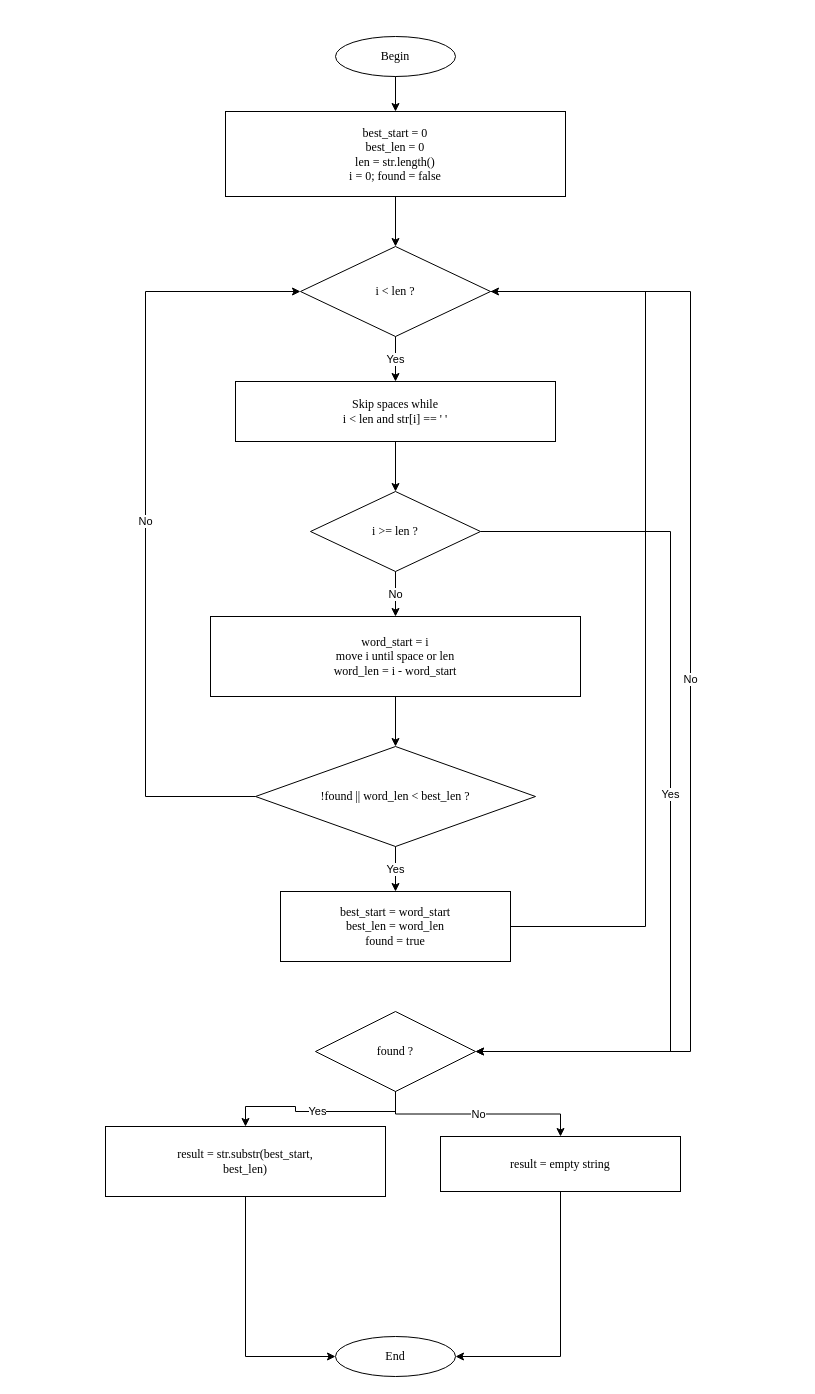
st93642/TSI keeps this draw.io diagram as page "shortestWord string" (2 of 3) of LAB2_1/LAB2_1.drawio. Above is the earlier version. Source tidied: cells renumbered, new cells numbered last; positions are measured from the earlier drawing's top-left corner, leaving out a move shared by most shapes. Both pictures are drawn from the tidied source at 100%, with x=0, y=0 at pixel (105, 36).
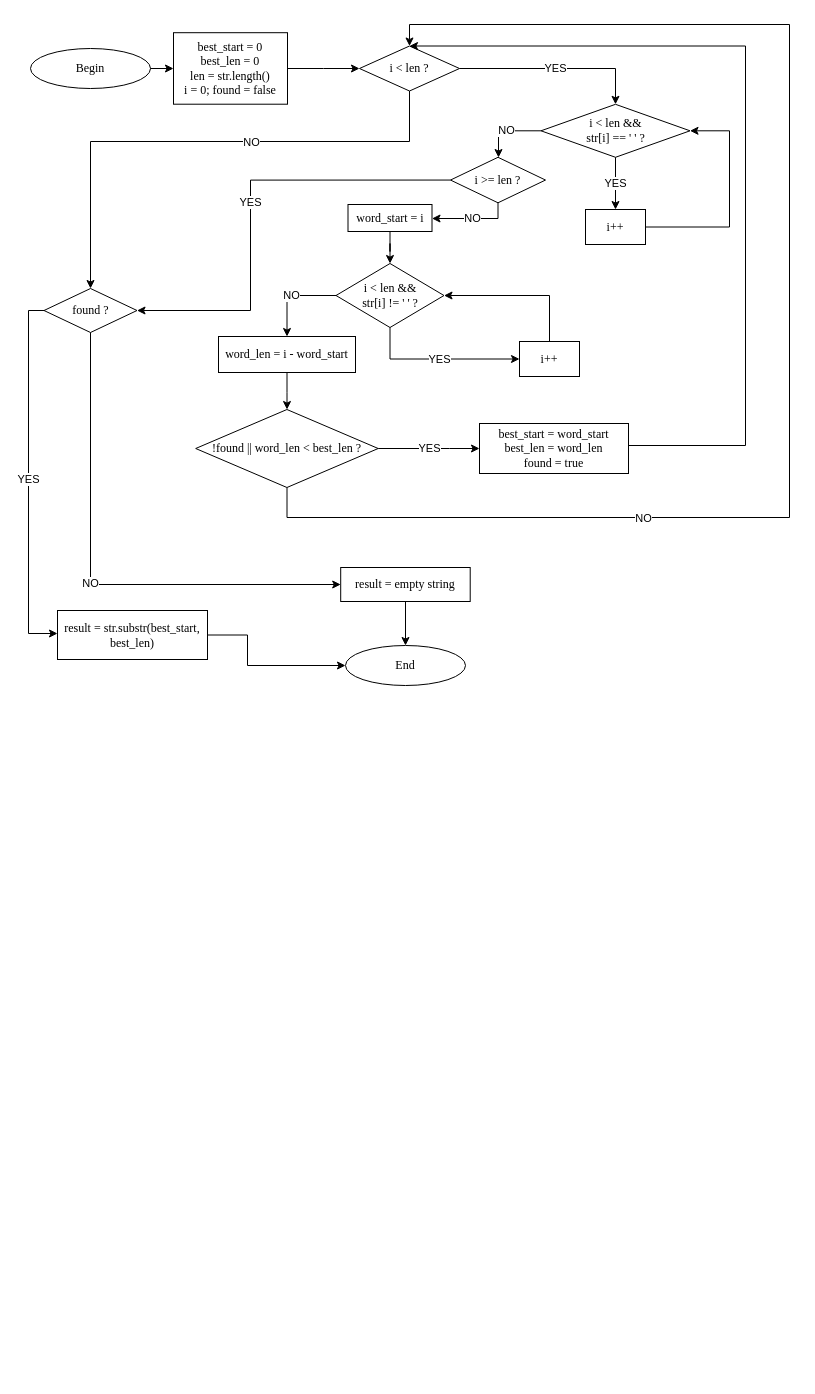
The same page after the edit.

The edit, as a diff of the source:
```diff
@@
     <mxCell id="2" value="Begin" style="ellipse;whiteSpace=wrap;html=1;fontFamily=Times New Roman;fontSize=12;" parent="1" vertex="1">
-      <mxGeometry x="230" width="120" height="40" as="geometry" />
+      <mxGeometry x="-75" y="12" width="120" height="40" as="geometry" />
     </mxCell>
     <mxCell id="3" value="best_start = 0&lt;br&gt;best_len = 0&lt;br&gt;len = str.length()&lt;br&gt;i = 0; found = false" style="rounded=0;whiteSpace=wrap;html=1;fontFamily=Times New Roman;fontSize=12;" parent="1" vertex="1">
-      <mxGeometry x="120" y="75" width="340" height="85" as="geometry" />
+      <mxGeometry x="68" y="-3.8" width="114" height="71.5" as="geometry" />
     </mxCell>
+    <mxCell id="23" style="edgeStyle=orthogonalEdgeStyle;rounded=0;jettySize=auto;html=1;entryX=0.5;entryY=0;entryDx=0;entryDy=0;" parent="1" edge="1" source="4" target="10">
+      <mxGeometry relative="1" as="geometry">
+        <Array as="points">
+          <mxPoint x="304" y="105" />
+          <mxPoint x="-15" y="105" />
+        </Array>
+      </mxGeometry>
+    </mxCell>
+    <mxCell id="29" value="NO" style="edgeLabel;html=1;align=center;verticalAlign=middle;" parent="23" vertex="1">
+      <mxGeometry x="-0.19" relative="1" as="geometry" />
+    </mxCell>
     <mxCell id="4" value="i &lt; len ?" style="rhombus;whiteSpace=wrap;html=1;fontFamily=Times New Roman;fontSize=12;" parent="1" vertex="1">
-      <mxGeometry x="195" y="210" width="190" height="90" as="geometry" />
+      <mxGeometry x="254" y="9.5" width="100" height="45" as="geometry" />
     </mxCell>
-    <mxCell id="5" value="Skip spaces while&lt;br&gt;i &lt; len and str[i] == ' '" style="rounded=0;whiteSpace=wrap;html=1;fontFamily=Times New Roman;fontSize=12;" parent="1" vertex="1">
-      <mxGeometry x="130" y="345" width="320" height="60" as="geometry" />
+    <mxCell id="5" value="i &lt; len &amp;&amp;&lt;br&gt;str[i] == ' ' ?" style="rhombus;whiteSpace=wrap;html=1;fontFamily=Times New Roman;fontSize=12;" parent="1" vertex="1">
+      <mxGeometry x="435.5" y="67.8" width="149" height="53" as="geometry" />
     </mxCell>
+    <mxCell id="30" style="edgeStyle=orthogonalEdgeStyle;rounded=0;jettySize=auto;html=1;entryX=1;entryY=0.5;entryDx=0;entryDy=0;exitX=1;exitY=0.5;exitDx=0;exitDy=0;" parent="1" edge="1" source="31" target="5">
+      <mxGeometry relative="1" as="geometry">
+        <Array as="points">
+          <mxPoint x="624" y="190" />
+          <mxPoint x="624" y="94" />
+        </Array>
+      </mxGeometry>
+    </mxCell>
+    <mxCell id="31" value="i++" style="rounded=0;whiteSpace=wrap;html=1;fontFamily=Times New Roman;fontSize=12;" parent="1" vertex="1">
+      <mxGeometry x="480" y="173" width="60" height="35" as="geometry" />
+    </mxCell>
+    <mxCell id="32" value="YES" style="edgeStyle=orthogonalEdgeStyle;rounded=0;jettySize=auto;html=1;" parent="1" edge="1" source="5" target="31">
+      <mxGeometry relative="1" as="geometry" />
+    </mxCell>
     <mxCell id="6" value="i &gt;= len ?" style="rhombus;whiteSpace=wrap;html=1;fontFamily=Times New Roman;fontSize=12;" parent="1" vertex="1">
-      <mxGeometry x="205" y="455" width="170" height="80" as="geometry" />
+      <mxGeometry x="345" y="120.8" width="95" height="45.5" as="geometry" />
     </mxCell>
+    <mxCell id="33" value="word_start = i" style="rounded=0;whiteSpace=wrap;html=1;fontFamily=Times New Roman;fontSize=12;" parent="1" vertex="1">
+      <mxGeometry x="242.5" y="168" width="84" height="27" as="geometry" />
+    </mxCell>
-    <mxCell id="7" value="word_start = i&lt;br&gt;move i until space or len&lt;br&gt;word_len = i - word_start" style="rounded=0;whiteSpace=wrap;html=1;fontFamily=Times New Roman;fontSize=12;" parent="1" vertex="1">
-      <mxGeometry x="105" y="580" width="370" height="80" as="geometry" />
+    <mxCell id="7" value="i &lt; len &amp;&amp;&lt;br&gt;str[i] != ' ' ?" style="rhombus;whiteSpace=wrap;html=1;fontFamily=Times New Roman;fontSize=12;" parent="1" vertex="1">
+      <mxGeometry x="230.5" y="227" width="108" height="64" as="geometry" />
     </mxCell>
+    <mxCell id="34" style="edgeStyle=orthogonalEdgeStyle;rounded=0;jettySize=auto;html=1;entryX=1;entryY=0.5;entryDx=0;entryDy=0;" parent="1" edge="1" source="35" target="7">
+      <mxGeometry relative="1" as="geometry">
+        <Array as="points">
+          <mxPoint x="444" y="259" />
+        </Array>
+      </mxGeometry>
+    </mxCell>
+    <mxCell id="35" value="i++" style="rounded=0;whiteSpace=wrap;html=1;fontFamily=Times New Roman;fontSize=12;" parent="1" vertex="1">
+      <mxGeometry x="414" y="305" width="60" height="35" as="geometry" />
+    </mxCell>
+    <mxCell id="36" value="word_len = i - word_start" style="rounded=0;whiteSpace=wrap;html=1;fontFamily=Times New Roman;fontSize=12;" parent="1" vertex="1">
+      <mxGeometry x="113" y="300" width="137" height="36" as="geometry" />
+    </mxCell>
+    <mxCell id="37" style="edgeStyle=orthogonalEdgeStyle;rounded=0;jettySize=auto;html=1;" parent="1" edge="1" source="33" target="7">
+      <mxGeometry relative="1" as="geometry" />
+    </mxCell>
+    <mxCell id="38" value="YES" style="edgeStyle=orthogonalEdgeStyle;rounded=0;jettySize=auto;html=1;exitX=0.5;exitY=1;exitDx=0;exitDy=0;entryX=0;entryY=0.5;entryDx=0;entryDy=0;" parent="1" edge="1" source="7" target="35">
+      <mxGeometry relative="1" as="geometry" />
+    </mxCell>
+    <mxCell id="39" value="NO" style="edgeStyle=orthogonalEdgeStyle;rounded=0;jettySize=auto;html=1;exitX=0;exitY=0.5;exitDx=0;exitDy=0;" parent="1" edge="1" source="7" target="36">
+      <mxGeometry relative="1" as="geometry" />
+    </mxCell>
+    <mxCell id="22" style="edgeStyle=orthogonalEdgeStyle;rounded=0;jettySize=auto;html=1;entryX=0.5;entryY=0;entryDx=0;entryDy=0;" parent="1" edge="1" source="8" target="4">
+      <mxGeometry relative="1" as="geometry">
+        <Array as="points">
+          <mxPoint x="182" y="481" />
+          <mxPoint x="684" y="481" />
+          <mxPoint x="684" y="-12" />
+          <mxPoint x="304" y="-12" />
+        </Array>
+      </mxGeometry>
+    </mxCell>
+    <mxCell id="40" value="NO" style="edgeLabel;html=1;align=center;verticalAlign=middle;" parent="22" vertex="1">
+      <mxGeometry x="-0.46" relative="1" as="geometry">
+        <mxPoint x="1" as="offset" />
+      </mxGeometry>
+    </mxCell>
     <mxCell id="8" value="!found || word_len &lt; best_len ?" style="rhombus;whiteSpace=wrap;html=1;fontFamily=Times New Roman;fontSize=12;" parent="1" vertex="1">
-      <mxGeometry x="150" y="710" width="280" height="100" as="geometry" />
+      <mxGeometry x="90.2" y="373" width="182.5" height="78" as="geometry" />
     </mxCell>
     <mxCell id="9" value="best_start = word_start&lt;br&gt;best_len = word_len&lt;br&gt;found = true" style="rounded=0;whiteSpace=wrap;html=1;fontFamily=Times New Roman;fontSize=12;" parent="1" vertex="1">
-      <mxGeometry x="175" y="855" width="230" height="70" as="geometry" />
+      <mxGeometry x="374" y="387" width="149" height="50" as="geometry" />
     </mxCell>
     <mxCell id="10" value="found ?" style="rhombus;whiteSpace=wrap;html=1;fontFamily=Times New Roman;fontSize=12;" parent="1" vertex="1">
-      <mxGeometry x="210" y="975" width="160" height="80" as="geometry" />
+      <mxGeometry x="-61.5" y="252" width="93" height="44" as="geometry" />
     </mxCell>
     <mxCell id="11" value="result = str.substr(best_start,&lt;br&gt;best_len)" style="rounded=0;whiteSpace=wrap;html=1;fontFamily=Times New Roman;fontSize=12;" parent="1" vertex="1">
-      <mxGeometry y="1090" width="280" height="70" as="geometry" />
+      <mxGeometry x="-48" y="574" width="150" height="49" as="geometry" />
     </mxCell>
     <mxCell id="12" value="result = empty string" style="rounded=0;whiteSpace=wrap;html=1;fontFamily=Times New Roman;fontSize=12;" parent="1" vertex="1">
-      <mxGeometry x="335" y="1100" width="240" height="55" as="geometry" />
+      <mxGeometry x="235.2" y="531" width="129.5" height="34" as="geometry" />
     </mxCell>
     <mxCell id="13" value="End" style="ellipse;whiteSpace=wrap;html=1;fontFamily=Times New Roman;fontSize=12;" parent="1" vertex="1">
-      <mxGeometry x="230" y="1300" width="120" height="40" as="geometry" />
+      <mxGeometry x="240" y="609" width="120" height="40" as="geometry" />
     </mxCell>
@@
-    <mxCell id="16" value="Yes" style="edgeStyle=orthogonalEdgeStyle;rounded=0;jettySize=auto;html=1;" parent="1" edge="1" source="4" target="5">
+    <mxCell id="16" value="YES" style="edgeStyle=orthogonalEdgeStyle;rounded=0;jettySize=auto;html=1;entryX=0.5;entryY=0;entryDx=0;entryDy=0;exitX=1;exitY=0.5;exitDx=0;exitDy=0;" parent="1" edge="1" source="4" target="5">
       <mxGeometry relative="1" as="geometry" />
     </mxCell>
-    <mxCell id="17" style="edgeStyle=orthogonalEdgeStyle;rounded=0;jettySize=auto;html=1;" parent="1" edge="1" source="5" target="6">
-      <mxGeometry relative="1" as="geometry" />
+    <mxCell id="17" value="NO" style="edgeStyle=orthogonalEdgeStyle;rounded=0;jettySize=auto;html=1;" parent="1" edge="1" source="5" target="6">
+      <mxGeometry relative="1" as="geometry">
+        <Array as="points">
+          <mxPoint x="393" y="94" />
+        </Array>
+      </mxGeometry>
     </mxCell>
-    <mxCell id="18" value="No" style="edgeStyle=orthogonalEdgeStyle;rounded=0;jettySize=auto;html=1;" parent="1" edge="1" source="6" target="7">
-      <mxGeometry relative="1" as="geometry" />
+    <mxCell id="18" value="NO" style="edgeStyle=orthogonalEdgeStyle;rounded=0;jettySize=auto;html=1;" parent="1" edge="1" source="6" target="33">
+      <mxGeometry relative="1" as="geometry">
+        <Array as="points">
+          <mxPoint x="393" y="182" />
+        </Array>
+      </mxGeometry>
     </mxCell>
-    <mxCell id="19" style="edgeStyle=orthogonalEdgeStyle;rounded=0;jettySize=auto;html=1;" parent="1" edge="1" source="7" target="8">
+    <mxCell id="19" style="edgeStyle=orthogonalEdgeStyle;rounded=0;jettySize=auto;html=1;" parent="1" edge="1" source="36" target="8">
       <mxGeometry relative="1" as="geometry" />
     </mxCell>
-    <mxCell id="20" value="Yes" style="edgeStyle=orthogonalEdgeStyle;rounded=0;jettySize=auto;html=1;" parent="1" edge="1" source="8" target="9">
-      <mxGeometry relative="1" as="geometry" />
+    <mxCell id="20" value="YES" style="edgeStyle=orthogonalEdgeStyle;rounded=0;jettySize=auto;html=1;" parent="1" edge="1" source="8" target="9">
+      <mxGeometry relative="1" as="geometry">
+        <Array as="points">
+          <mxPoint x="344" y="412" />
+          <mxPoint x="344" y="412" />
+        </Array>
+      </mxGeometry>
     </mxCell>
-    <mxCell id="21" style="edgeStyle=orthogonalEdgeStyle;rounded=0;jettySize=auto;html=1;" parent="1" edge="1" source="9" target="4">
+    <mxCell id="21" style="edgeStyle=orthogonalEdgeStyle;rounded=0;jettySize=auto;html=1;entryX=0.5;entryY=0;entryDx=0;entryDy=0;" parent="1" edge="1" source="9" target="4">
       <mxGeometry relative="1" as="geometry">
         <Array as="points">
-          <mxPoint x="540" y="890" />
-          <mxPoint x="540" y="255" />
+          <mxPoint x="640" y="409" />
+          <mxPoint x="640" y="10" />
         </Array>
       </mxGeometry>
     </mxCell>
-    <mxCell id="22" value="No" style="edgeStyle=orthogonalEdgeStyle;rounded=0;jettySize=auto;html=1;" parent="1" edge="1" source="8" target="4">
-      <mxGeometry relative="1" as="geometry">
-        <Array as="points">
-          <mxPoint x="40" y="760" />
-          <mxPoint x="40" y="255" />
-        </Array>
-      </mxGeometry>
-    </mxCell>
-    <mxCell id="23" value="No" style="edgeStyle=orthogonalEdgeStyle;rounded=0;jettySize=auto;html=1;" parent="1" edge="1" source="4" target="10">
-      <mxGeometry relative="1" as="geometry">
-        <Array as="points">
-          <mxPoint x="585" y="255" />
-          <mxPoint x="585" y="1015" />
-        </Array>
-      </mxGeometry>
-    </mxCell>
-    <mxCell id="24" value="Yes" style="edgeStyle=orthogonalEdgeStyle;rounded=0;jettySize=auto;html=1;" parent="1" edge="1" source="6" target="10">
+    <mxCell id="24" value="YES" style="edgeStyle=orthogonalEdgeStyle;rounded=0;jettySize=auto;html=1;entryX=1;entryY=0.5;entryDx=0;entryDy=0;exitX=0;exitY=0.5;exitDx=0;exitDy=0;" parent="1" edge="1" source="6" target="10">
       <mxGeometry relative="1" as="geometry">
         <Array as="points">
-          <mxPoint x="565" y="495" />
-          <mxPoint x="565" y="1015" />
+          <mxPoint x="145" y="143" />
+          <mxPoint x="145" y="274" />
         </Array>
       </mxGeometry>
     </mxCell>
-    <mxCell id="25" value="Yes" style="edgeStyle=orthogonalEdgeStyle;rounded=0;jettySize=auto;html=1;" parent="1" edge="1" source="10" target="11">
-      <mxGeometry relative="1" as="geometry" />
+    <mxCell id="25" value="YES" style="edgeStyle=orthogonalEdgeStyle;rounded=0;jettySize=auto;html=1;" parent="1" edge="1" source="10" target="11">
+      <mxGeometry relative="1" as="geometry">
+        <Array as="points">
+          <mxPoint x="-77" y="274" />
+          <mxPoint x="-77" y="597" />
+        </Array>
+      </mxGeometry>
     </mxCell>
-    <mxCell id="26" value="No" style="edgeStyle=orthogonalEdgeStyle;rounded=0;jettySize=auto;html=1;" parent="1" edge="1" source="10" target="12">
-      <mxGeometry relative="1" as="geometry" />
+    <mxCell id="26" value="NO" style="edgeStyle=orthogonalEdgeStyle;rounded=0;jettySize=auto;html=1;entryX=0;entryY=0.5;entryDx=0;entryDy=0;" parent="1" edge="1" source="10" target="12">
+      <mxGeometry relative="1" as="geometry">
+        <Array as="points">
+          <mxPoint x="-15" y="548" />
+        </Array>
+      </mxGeometry>
     </mxCell>
-    <mxCell id="27" style="edgeStyle=orthogonalEdgeStyle;rounded=0;jettySize=auto;html=1;" parent="1" edge="1" source="11" target="13">
+    <mxCell id="27" style="edgeStyle=orthogonalEdgeStyle;rounded=0;jettySize=auto;html=1;exitX=1;exitY=0.5;exitDx=0;exitDy=0;" parent="1" edge="1" source="11" target="13">
       <mxGeometry relative="1" as="geometry">
         <Array as="points">
-          <mxPoint x="140" y="1320" />
+          <mxPoint x="142" y="598" />
+          <mxPoint x="142" y="629" />
         </Array>
       </mxGeometry>
     </mxCell>
     <mxCell id="28" style="edgeStyle=orthogonalEdgeStyle;rounded=0;jettySize=auto;html=1;" parent="1" edge="1" source="12" target="13">
       <mxGeometry relative="1" as="geometry">
         <Array as="points">
-          <mxPoint x="455" y="1320" />
+          <mxPoint x="300" y="639" />
+          <mxPoint x="300" y="639" />
         </Array>
       </mxGeometry>
     </mxCell>
```
